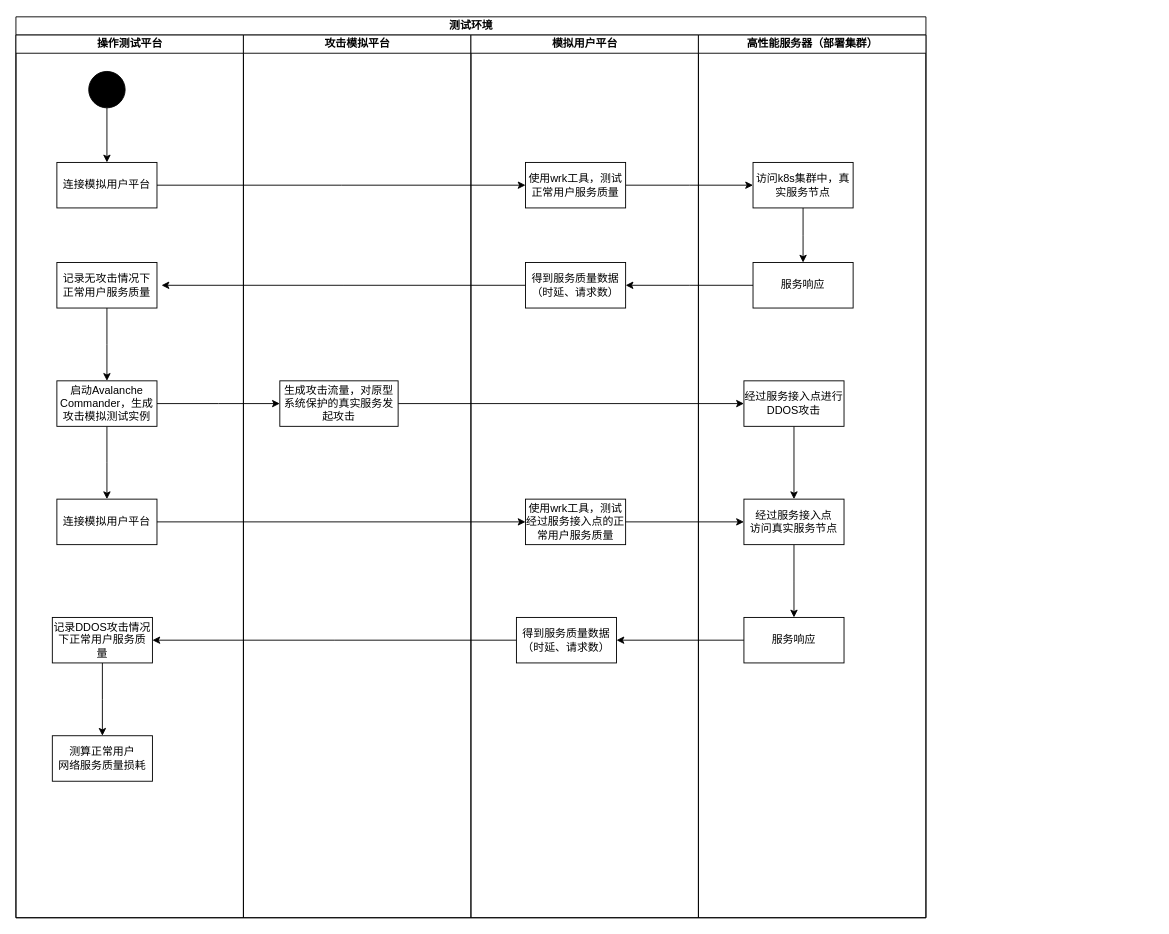
Earlier version of the draw.io diagram datames.drawio (Norton-Lin/Picture). Source tidied: cells renumbered, new cells numbered last; positions are measured from the earlier drawing's top-left corner, leaving out a move shared by most shapes. Both pictures are drawn from the tidied source at 91%, with x=0, y=0 at pixel (15, 16).
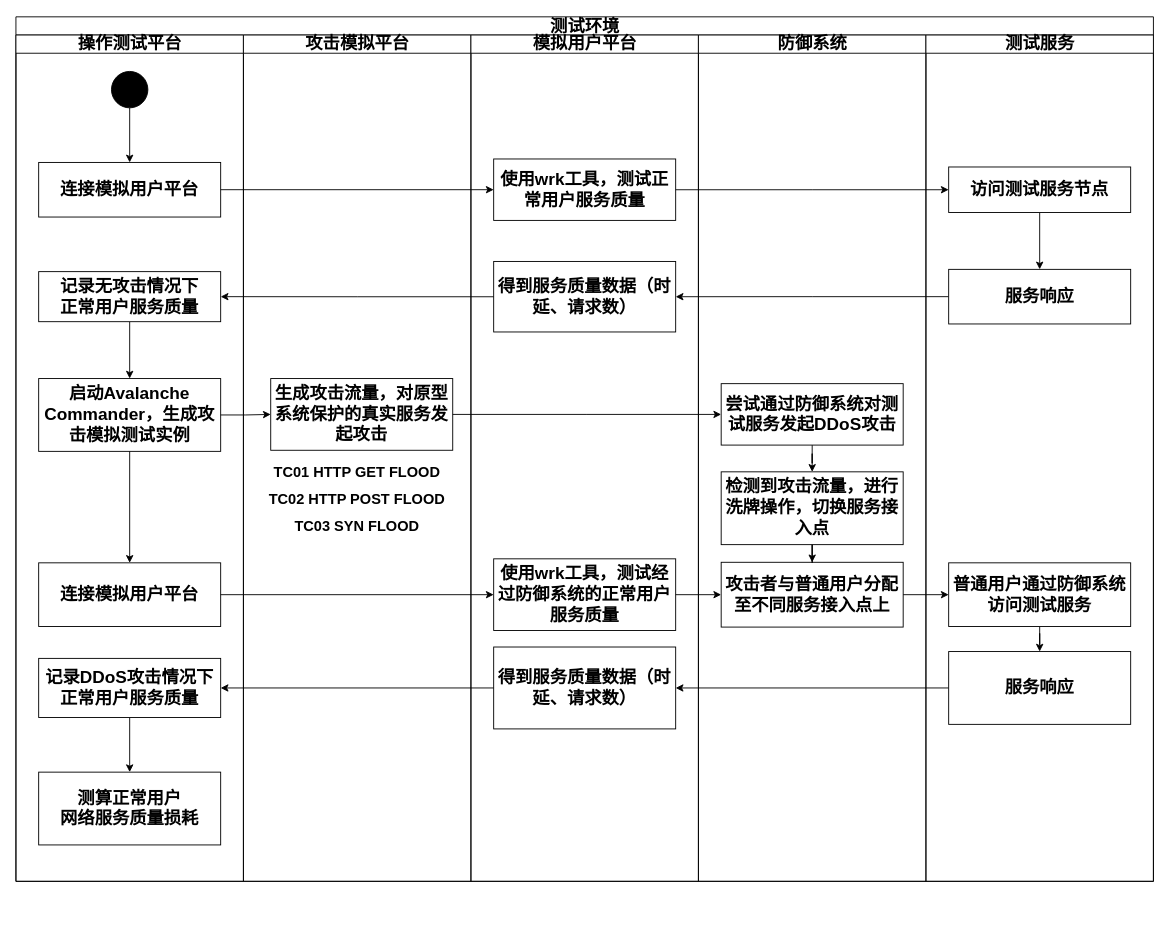
After the change.

Change to the diagram source:
```diff
@@
-    <mxCell id="2" value="测试环境" style="swimlane;html=1;startSize=20;rounded=0;shadow=0;comic=0;labelBackgroundColor=none;strokeWidth=1;fontFamily=Verdana;fontSize=12;align=center;" parent="1" vertex="1">
-      <mxGeometry width="1000" height="990" as="geometry" />
+    <mxCell id="2" value="&lt;font style=&quot;font-size: 19px;&quot;&gt;测试环境&lt;/font&gt;" style="swimlane;html=1;startSize=20;rounded=0;shadow=0;comic=0;labelBackgroundColor=none;strokeWidth=1;fontFamily=Verdana;fontSize=19;align=center;fontStyle=1;" parent="1" vertex="1">
+      <mxGeometry width="1250" height="950" as="geometry" />
     </mxCell>
-    <mxCell id="3" value="操作测试平台" style="swimlane;html=1;startSize=20;" parent="2" vertex="1">
-      <mxGeometry y="20" width="250" height="970" as="geometry" />
+    <mxCell id="3" value="&lt;font style=&quot;font-size: 19px;&quot;&gt;操作测试平台&lt;/font&gt;" style="swimlane;html=1;startSize=20;fontSize=14;fontStyle=1;" parent="2" vertex="1">
+      <mxGeometry y="20" width="250" height="930" as="geometry" />
     </mxCell>
-    <mxCell id="4" style="edgeStyle=orthogonalEdgeStyle;rounded=0;jettySize=auto;html=1;entryX=0.5;entryY=0;entryDx=0;entryDy=0;" parent="3" edge="1" source="5" target="7">
+    <mxCell id="4" style="edgeStyle=orthogonalEdgeStyle;rounded=0;jettySize=auto;html=1;entryX=0.5;entryY=0;entryDx=0;entryDy=0;fontSize=14;fontStyle=1;" parent="3" edge="1" source="5" target="7">
       <mxGeometry relative="1" as="geometry" />
     </mxCell>
-    <mxCell id="5" style="ellipse;whiteSpace=wrap;html=1;rounded=0;shadow=0;comic=0;labelBackgroundColor=none;strokeWidth=1;fillColor=#000000;fontFamily=Verdana;fontSize=12;align=center;" parent="3" vertex="1">
-      <mxGeometry x="80" y="40" width="40" height="40" as="geometry" />
+    <mxCell id="5" style="ellipse;whiteSpace=wrap;html=1;rounded=0;shadow=0;comic=0;labelBackgroundColor=none;strokeWidth=1;fillColor=#000000;fontFamily=Verdana;fontSize=14;align=center;fontStyle=1;" parent="3" vertex="1">
+      <mxGeometry x="105" y="40" width="40" height="40" as="geometry" />
     </mxCell>
-    <mxCell id="6" style="edgeStyle=orthogonalEdgeStyle;rounded=0;jettySize=auto;html=1;" parent="3" edge="1" source="7">
-      <mxGeometry relative="1" as="geometry">
-        <mxPoint x="560" y="165" as="targetPoint" />
-      </mxGeometry>
-    </mxCell>
-    <mxCell id="7" value="连接模拟用户平台" style="html=1;whiteSpace=wrap;" parent="3" vertex="1">
-      <mxGeometry x="45" y="140" width="110" height="50" as="geometry" />
+    <mxCell id="7" value="连接模拟用户平台" style="html=1;whiteSpace=wrap;fontSize=19;fontStyle=1;" parent="3" vertex="1">
+      <mxGeometry x="25" y="140" width="200" height="60" as="geometry" />
     </mxCell>
-    <mxCell id="8" style="edgeStyle=orthogonalEdgeStyle;rounded=0;jettySize=auto;html=1;" parent="3" edge="1" source="9">
-      <mxGeometry relative="1" as="geometry">
-        <mxPoint x="100" y="380" as="targetPoint" />
-      </mxGeometry>
-    </mxCell>
+    <mxCell id="41" style="edgeStyle=orthogonalEdgeStyle;rounded=0;jettySize=auto;html=1;entryX=0.5;entryY=0;entryDx=0;entryDy=0;fontSize=19;" parent="3" edge="1" source="9" target="12">
+      <mxGeometry relative="1" as="geometry" />
+    </mxCell>
-    <mxCell id="9" value="记录无攻击情况下&lt;div&gt;正常用户服务质量&lt;/div&gt;" style="html=1;whiteSpace=wrap;" parent="3" vertex="1">
-      <mxGeometry x="45" y="250" width="110" height="50" as="geometry" />
+    <mxCell id="9" value="记录无攻击情况下&lt;div style=&quot;font-size: 19px;&quot;&gt;正常用户服务质量&lt;/div&gt;" style="html=1;whiteSpace=wrap;fontSize=19;fontStyle=1;" parent="3" vertex="1">
+      <mxGeometry x="25" y="260" width="200" height="55" as="geometry" />
     </mxCell>
-    <mxCell id="10" style="edgeStyle=orthogonalEdgeStyle;rounded=0;jettySize=auto;html=1;" parent="3" edge="1" source="12">
-      <mxGeometry relative="1" as="geometry">
-        <mxPoint x="100" y="510" as="targetPoint" />
-      </mxGeometry>
-    </mxCell>
-    <mxCell id="11" style="edgeStyle=orthogonalEdgeStyle;rounded=0;jettySize=auto;html=1;" parent="3" edge="1" source="12">
-      <mxGeometry relative="1" as="geometry">
-        <mxPoint x="290" y="405" as="targetPoint" />
-      </mxGeometry>
-    </mxCell>
-    <mxCell id="12" value="&lt;font face=&quot;Helvetica&quot; style=&quot;font-size: 12px;&quot;&gt;启动&lt;span style=&quot;background-color: initial;&quot;&gt;Avalanche Commander，生成攻击模拟测试实例&lt;/span&gt;&lt;/font&gt;" style="html=1;whiteSpace=wrap;" parent="3" vertex="1">
-      <mxGeometry x="45" y="380" width="110" height="50" as="geometry" />
+    <mxCell id="12" value="&lt;font face=&quot;Helvetica&quot; style=&quot;font-size: 19px;&quot;&gt;启动&lt;span style=&quot;background-color: initial; font-size: 19px;&quot;&gt;Avalanche Commander，生成攻击模拟测试实例&lt;/span&gt;&lt;/font&gt;" style="html=1;whiteSpace=wrap;fontSize=19;fontStyle=1;" parent="3" vertex="1">
+      <mxGeometry x="25" y="377.5" width="200" height="80" as="geometry" />
     </mxCell>
+    <mxCell id="16" value="测算正常用户&lt;div style=&quot;font-size: 19px;&quot;&gt;网络服务质量损耗&lt;/div&gt;" style="html=1;whiteSpace=wrap;fontSize=19;fontStyle=1;" parent="3" vertex="1">
+      <mxGeometry x="25" y="810" width="200" height="80" as="geometry" />
+    </mxCell>
+    <mxCell id="42" style="edgeStyle=orthogonalEdgeStyle;rounded=0;jettySize=auto;html=1;entryX=0.5;entryY=0;entryDx=0;entryDy=0;fontSize=19;fontStyle=1;" parent="3" edge="1" source="15" target="16">
+      <mxGeometry relative="1" as="geometry" />
+    </mxCell>
+    <mxCell id="15" value="记录DDoS攻击情况下正常&lt;span style=&quot;background-color: initial; font-size: 19px;&quot;&gt;用户服务质量&lt;/span&gt;" style="html=1;whiteSpace=wrap;fontSize=19;fontStyle=1;" parent="3" vertex="1">
+      <mxGeometry x="25" y="685" width="200" height="65" as="geometry" />
+    </mxCell>
-    <mxCell id="13" value="连接模拟用户平台" style="html=1;whiteSpace=wrap;" parent="3" vertex="1">
-      <mxGeometry x="45" y="510" width="110" height="50" as="geometry" />
+    <mxCell id="13" value="连接模拟用户平台" style="html=1;whiteSpace=wrap;fontSize=19;fontStyle=1;" parent="3" vertex="1">
+      <mxGeometry x="25" y="580" width="200" height="70" as="geometry" />
     </mxCell>
-    <mxCell id="14" style="edgeStyle=orthogonalEdgeStyle;rounded=0;jettySize=auto;html=1;" parent="3" edge="1" source="15">
-      <mxGeometry relative="1" as="geometry">
-        <mxPoint x="95" y="770" as="targetPoint" />
-      </mxGeometry>
-    </mxCell>
-    <mxCell id="15" value="记录DDOS攻击情况下正常&lt;span style=&quot;background-color: initial;&quot;&gt;用户服务质量&lt;/span&gt;" style="html=1;whiteSpace=wrap;" parent="3" vertex="1">
-      <mxGeometry x="40" y="640" width="110" height="50" as="geometry" />
-    </mxCell>
-    <mxCell id="16" value="测算正常用户&lt;div&gt;网络服务质量损耗&lt;/div&gt;" style="html=1;whiteSpace=wrap;" parent="3" vertex="1">
-      <mxGeometry x="40" y="770" width="110" height="50" as="geometry" />
-    </mxCell>
+    <mxCell id="43" style="edgeStyle=orthogonalEdgeStyle;rounded=0;jettySize=auto;html=1;entryX=0.5;entryY=0;entryDx=0;entryDy=0;fontSize=19;fontStyle=1;" parent="3" edge="1" source="12" target="13">
+      <mxGeometry relative="1" as="geometry" />
+    </mxCell>
-    <mxCell id="17" value="攻击模拟平台" style="swimlane;html=1;startSize=20;" parent="2" vertex="1">
-      <mxGeometry x="250" y="20" width="250" height="970" as="geometry" />
+    <mxCell id="17" value="&lt;font style=&quot;font-size: 19px;&quot;&gt;攻击模拟平台&lt;/font&gt;" style="swimlane;html=1;startSize=20;fontSize=14;fontStyle=1;" parent="2" vertex="1">
+      <mxGeometry x="250" y="20" width="250" height="930" as="geometry" />
     </mxCell>
-    <mxCell id="18" style="edgeStyle=orthogonalEdgeStyle;rounded=0;jettySize=auto;html=1;" parent="17" edge="1" source="19">
-      <mxGeometry relative="1" as="geometry">
-        <mxPoint x="550" y="405" as="targetPoint" />
-      </mxGeometry>
-    </mxCell>
-    <mxCell id="19" value="生成攻击流量，对原型系统保护的真实服务发起攻击" style="html=1;whiteSpace=wrap;" parent="17" vertex="1">
-      <mxGeometry x="40" y="380" width="130" height="50" as="geometry" />
+    <mxCell id="19" value="生成攻击流量，对原型系统保护的真实服务发起攻击" style="html=1;whiteSpace=wrap;fontSize=19;fontStyle=1;" parent="17" vertex="1">
+      <mxGeometry x="30" y="377.5" width="200" height="78.8" as="geometry" />
     </mxCell>
+    <mxCell id="44" value="&lt;b style=&quot;font-size: 16px;&quot;&gt;TC01 HTTP GET FLOOD&lt;/b&gt;" style="text;html=1;align=center;verticalAlign=middle;whiteSpace=wrap;rounded=0;fontSize=16;" parent="17" vertex="1">
+      <mxGeometry x="30" y="470" width="190" height="20" as="geometry" />
+    </mxCell>
+    <mxCell id="45" value="&lt;b style=&quot;font-size: 16px;&quot;&gt;TC03 SYN FLOOD&lt;/b&gt;" style="text;html=1;align=center;verticalAlign=middle;whiteSpace=wrap;rounded=0;fontSize=16;" parent="17" vertex="1">
+      <mxGeometry x="30" y="530" width="190" height="20" as="geometry" />
+    </mxCell>
+    <mxCell id="46" value="&lt;b style=&quot;font-size: 16px;&quot;&gt;TC02 HTTP POST FLOOD&lt;/b&gt;" style="text;html=1;align=center;verticalAlign=middle;whiteSpace=wrap;rounded=0;fontSize=16;" parent="17" vertex="1">
+      <mxGeometry x="15" y="500" width="220" height="20" as="geometry" />
+    </mxCell>
-    <mxCell id="20" value="模拟用户平台" style="swimlane;html=1;startSize=20;" parent="2" vertex="1">
-      <mxGeometry x="500" y="20" width="250" height="970" as="geometry" />
+    <mxCell id="20" value="&lt;font style=&quot;font-size: 19px;&quot;&gt;模拟用户平台&lt;/font&gt;" style="swimlane;html=1;startSize=20;fontSize=14;fontStyle=1;" parent="2" vertex="1">
+      <mxGeometry x="500" y="20" width="250" height="930" as="geometry" />
     </mxCell>
+    <mxCell id="22" value="使用wrk工具，测试正常用户服务质量" style="html=1;whiteSpace=wrap;fontSize=19;fontStyle=1;" parent="20" vertex="1">
+      <mxGeometry x="25" y="136.2" width="200" height="67.5" as="geometry" />
+    </mxCell>
+    <mxCell id="24" value="得到服务质量数据（时延、请求数）" style="html=1;whiteSpace=wrap;fontSize=19;fontStyle=1;" parent="20" vertex="1">
+      <mxGeometry x="25" y="248.8" width="200" height="77.5" as="geometry" />
+    </mxCell>
+    <mxCell id="27" value="得到服务质量数据（时延、请求数）" style="html=1;whiteSpace=wrap;fontSize=19;fontStyle=1;" parent="20" vertex="1">
+      <mxGeometry x="25" y="672.5" width="200" height="90" as="geometry" />
+    </mxCell>
+    <mxCell id="25" value="使用wrk工具，测试经过防御系统的正常用户服务质量" style="html=1;whiteSpace=wrap;fontSize=19;fontStyle=1;" parent="20" vertex="1">
+      <mxGeometry x="25" y="575.6" width="200" height="78.8" as="geometry" />
+    </mxCell>
+    <mxCell id="29" value="&lt;span style=&quot;font-size: 19px; background-color: initial;&quot;&gt;防御系统&lt;/span&gt;" style="swimlane;html=1;startSize=20;fontSize=14;fontStyle=1;" parent="2" vertex="1">
+      <mxGeometry x="750" y="20" width="250" height="930" as="geometry" />
+    </mxCell>
+    <mxCell id="47" style="edgeStyle=orthogonalEdgeStyle;rounded=0;jettySize=auto;html=1;entryX=0.5;entryY=0;entryDx=0;entryDy=0;fontSize=19;fontStyle=1;" parent="29" edge="1" source="35" target="49">
+      <mxGeometry relative="1" as="geometry" />
+    </mxCell>
+    <mxCell id="35" value="尝试通过防御系统对测试服务发起DDoS攻击" style="html=1;whiteSpace=wrap;fontSize=19;fontStyle=1;" parent="29" vertex="1">
+      <mxGeometry x="25" y="383.1" width="200" height="67.5" as="geometry" />
+    </mxCell>
+    <mxCell id="37" value="攻击者与普通用户分配至不同服务接入点上" style="html=1;whiteSpace=wrap;fontSize=19;fontStyle=1;" parent="29" vertex="1">
+      <mxGeometry x="25" y="579.4" width="200" height="71.2" as="geometry" />
+    </mxCell>
+    <mxCell id="48" style="edgeStyle=orthogonalEdgeStyle;rounded=0;jettySize=auto;html=1;entryX=0.5;entryY=0;entryDx=0;entryDy=0;fontSize=19;fontStyle=1;" parent="29" edge="1" source="49" target="37">
+      <mxGeometry relative="1" as="geometry" />
+    </mxCell>
+    <mxCell id="49" value="检测到攻击流量，进行洗牌操作，切换服务接入点" style="rounded=0;whiteSpace=wrap;html=1;fontSize=19;fontStyle=1;" parent="29" vertex="1">
+      <mxGeometry x="25" y="480" width="200" height="80" as="geometry" />
+    </mxCell>
-    <mxCell id="21" style="edgeStyle=orthogonalEdgeStyle;rounded=0;jettySize=auto;html=1;" parent="20" edge="1" source="22">
-      <mxGeometry relative="1" as="geometry">
-        <mxPoint x="310" y="165" as="targetPoint" />
-      </mxGeometry>
+    <mxCell id="21" style="edgeStyle=orthogonalEdgeStyle;rounded=0;jettySize=auto;html=1;entryX=0;entryY=0.5;entryDx=0;entryDy=0;fontSize=19;fontStyle=1;" parent="2" edge="1" source="22" target="31">
+      <mxGeometry relative="1" as="geometry" />
     </mxCell>
-    <mxCell id="22" value="使用wrk工具，测试正常用户服务质量" style="html=1;whiteSpace=wrap;" parent="20" vertex="1">
-      <mxGeometry x="60" y="140" width="110" height="50" as="geometry" />
-    </mxCell>
-    <mxCell id="23" style="edgeStyle=orthogonalEdgeStyle;rounded=0;jettySize=auto;html=1;" parent="20" edge="1" source="24">
-      <mxGeometry relative="1" as="geometry">
-        <mxPoint x="-340" y="275" as="targetPoint" />
-      </mxGeometry>
-    </mxCell>
-    <mxCell id="24" value="得到服务质量数据（时延、请求数）" style="html=1;whiteSpace=wrap;" parent="20" vertex="1">
-      <mxGeometry x="60" y="250" width="110" height="50" as="geometry" />
-    </mxCell>
-    <mxCell id="25" value="使用wrk工具，测试经过服务接入点的正常用户服务质量" style="html=1;whiteSpace=wrap;" parent="20" vertex="1">
-      <mxGeometry x="60" y="510" width="110" height="50" as="geometry" />
-    </mxCell>
-    <mxCell id="26" style="edgeStyle=orthogonalEdgeStyle;rounded=0;jettySize=auto;html=1;" parent="20" edge="1" source="27">
-      <mxGeometry relative="1" as="geometry">
-        <mxPoint x="-350" y="665" as="targetPoint" />
-      </mxGeometry>
-    </mxCell>
-    <mxCell id="27" value="得到服务质量数据（时延、请求数）" style="html=1;whiteSpace=wrap;" parent="20" vertex="1">
-      <mxGeometry x="50" y="640" width="110" height="50" as="geometry" />
-    </mxCell>
-    <mxCell id="28" style="edgeStyle=orthogonalEdgeStyle;rounded=0;orthogonalLoop=1;jettySize=auto;html=1;" parent="20" edge="1">
-      <mxGeometry relative="1" as="geometry">
-        <mxPoint x="300" y="665" as="sourcePoint" />
-        <mxPoint x="160" y="665" as="targetPoint" />
-      </mxGeometry>
-    </mxCell>
-    <mxCell id="29" value="高性能服务器（部署集群）" style="swimlane;html=1;startSize=20;" parent="2" vertex="1">
-      <mxGeometry x="750" y="20" width="250" height="970" as="geometry" />
-    </mxCell>
-    <mxCell id="30" style="edgeStyle=orthogonalEdgeStyle;rounded=0;jettySize=auto;html=1;" parent="29" edge="1" source="31">
-      <mxGeometry relative="1" as="geometry">
-        <mxPoint x="115" y="250" as="targetPoint" />
-      </mxGeometry>
-    </mxCell>
+    <mxCell id="50" style="edgeStyle=orthogonalEdgeStyle;rounded=0;jettySize=auto;html=1;entryX=1;entryY=0.5;entryDx=0;entryDy=0;fontSize=19;fontStyle=1;" parent="2" edge="1" source="59" target="24">
+      <mxGeometry relative="1" as="geometry" />
+    </mxCell>
+    <mxCell id="51" style="edgeStyle=orthogonalEdgeStyle;rounded=0;jettySize=auto;html=1;entryX=1;entryY=0.5;entryDx=0;entryDy=0;fontSize=19;fontStyle=1;" parent="2" edge="1" source="63" target="27">
+      <mxGeometry relative="1" as="geometry" />
+    </mxCell>
+    <mxCell id="52" style="edgeStyle=orthogonalEdgeStyle;rounded=0;jettySize=auto;html=1;entryX=1;entryY=0.5;entryDx=0;entryDy=0;fontSize=19;fontStyle=1;" parent="2" edge="1" source="27" target="15">
+      <mxGeometry relative="1" as="geometry" />
+    </mxCell>
+    <mxCell id="53" style="edgeStyle=orthogonalEdgeStyle;rounded=0;jettySize=auto;html=1;entryX=1;entryY=0.5;entryDx=0;entryDy=0;fontSize=19;fontStyle=1;" parent="2" edge="1" source="24" target="9">
+      <mxGeometry relative="1" as="geometry" />
+    </mxCell>
+    <mxCell id="54" style="edgeStyle=orthogonalEdgeStyle;rounded=0;jettySize=auto;html=1;entryX=0;entryY=0.5;entryDx=0;entryDy=0;fontSize=19;fontStyle=1;" parent="2" edge="1" source="7" target="22">
+      <mxGeometry relative="1" as="geometry" />
+    </mxCell>
+    <mxCell id="55" style="edgeStyle=orthogonalEdgeStyle;rounded=0;jettySize=auto;html=1;fontSize=19;" parent="2" edge="1" source="19" target="35">
+      <mxGeometry relative="1" as="geometry" />
+    </mxCell>
+    <mxCell id="56" style="edgeStyle=orthogonalEdgeStyle;rounded=0;jettySize=auto;html=1;entryX=0;entryY=0.5;entryDx=0;entryDy=0;fontSize=19;" parent="2" edge="1" source="12" target="19">
+      <mxGeometry relative="1" as="geometry" />
+    </mxCell>
+    <mxCell id="57" style="edgeStyle=orthogonalEdgeStyle;rounded=0;jettySize=auto;html=1;entryX=0;entryY=0.5;entryDx=0;entryDy=0;fontSize=19;" parent="2" edge="1" source="37" target="61">
+      <mxGeometry relative="1" as="geometry" />
+    </mxCell>
+    <mxCell id="40" style="edgeStyle=orthogonalEdgeStyle;rounded=0;jettySize=auto;html=1;fontSize=19;" parent="2" edge="1" source="25" target="37">
+      <mxGeometry relative="1" as="geometry" />
+    </mxCell>
+    <mxCell id="39" style="edgeStyle=orthogonalEdgeStyle;rounded=0;jettySize=auto;html=1;entryX=0;entryY=0.5;entryDx=0;entryDy=0;fontSize=19;fontStyle=1;" parent="2" edge="1" source="13" target="25">
+      <mxGeometry relative="1" as="geometry" />
+    </mxCell>
+    <mxCell id="58" value="&lt;span style=&quot;background-color: initial;&quot;&gt;&lt;font style=&quot;font-size: 19px;&quot;&gt;测试服务&lt;/font&gt;&lt;/span&gt;" style="swimlane;html=1;startSize=20;fontSize=14;fontStyle=1;" parent="2" vertex="1">
+      <mxGeometry x="1000" y="20" width="250" height="930" as="geometry" />
+    </mxCell>
+    <mxCell id="59" value="服务响应" style="html=1;whiteSpace=wrap;fontSize=19;fontStyle=1;" parent="58" vertex="1">
+      <mxGeometry x="25" y="257.5" width="200" height="60" as="geometry" />
+    </mxCell>
+    <mxCell id="60" style="edgeStyle=orthogonalEdgeStyle;rounded=0;jettySize=auto;html=1;entryX=0.5;entryY=0;entryDx=0;entryDy=0;fontSize=19;fontStyle=1;" parent="58" edge="1" source="61" target="63">
+      <mxGeometry relative="1" as="geometry" />
+    </mxCell>
+    <mxCell id="61" value="普通用户通过防御系统访问测试服务" style="html=1;whiteSpace=wrap;fontSize=19;fontStyle=1;" parent="58" vertex="1">
+      <mxGeometry x="25" y="580" width="200" height="70" as="geometry" />
+    </mxCell>
+    <mxCell id="62" style="edgeStyle=orthogonalEdgeStyle;rounded=0;jettySize=auto;html=1;fontSize=19;fontStyle=1;" parent="58" edge="1" source="31" target="59">
+      <mxGeometry relative="1" as="geometry" />
+    </mxCell>
-    <mxCell id="31" value="访问k8s集群中，真实服务节点" style="html=1;whiteSpace=wrap;" parent="29" vertex="1">
-      <mxGeometry x="60" y="140" width="110" height="50" as="geometry" />
+    <mxCell id="31" value="访问测试服务节点" style="html=1;whiteSpace=wrap;fontSize=19;fontStyle=1;" parent="58" vertex="1">
+      <mxGeometry x="25" y="145" width="200" height="50" as="geometry" />
     </mxCell>
-    <mxCell id="32" style="edgeStyle=orthogonalEdgeStyle;rounded=0;jettySize=auto;html=1;" parent="29" edge="1" source="33">
-      <mxGeometry relative="1" as="geometry">
-        <mxPoint x="-80" y="275" as="targetPoint" />
-      </mxGeometry>
-    </mxCell>
-    <mxCell id="33" value="服务响应" style="html=1;whiteSpace=wrap;" parent="29" vertex="1">
-      <mxGeometry x="60" y="250" width="110" height="50" as="geometry" />
-    </mxCell>
-    <mxCell id="34" style="edgeStyle=orthogonalEdgeStyle;rounded=0;jettySize=auto;html=1;entryX=0.5;entryY=0;entryDx=0;entryDy=0;" parent="29" edge="1" source="35" target="37">
-      <mxGeometry relative="1" as="geometry" />
-    </mxCell>
-    <mxCell id="35" value="经过服务接入点进行DDOS攻击" style="html=1;whiteSpace=wrap;" parent="29" vertex="1">
-      <mxGeometry x="50" y="380" width="110" height="50" as="geometry" />
-    </mxCell>
-    <mxCell id="36" style="edgeStyle=orthogonalEdgeStyle;rounded=0;jettySize=auto;html=1;" parent="29" edge="1" source="37">
-      <mxGeometry relative="1" as="geometry">
-        <mxPoint x="105" y="640" as="targetPoint" />
-      </mxGeometry>
-    </mxCell>
-    <mxCell id="37" value="经过服务接入点&lt;div&gt;访问真实服务节点&lt;/div&gt;" style="html=1;whiteSpace=wrap;" parent="29" vertex="1">
-      <mxGeometry x="50" y="510" width="110" height="50" as="geometry" />
-    </mxCell>
-    <mxCell id="38" value="服务响应" style="html=1;whiteSpace=wrap;" parent="29" vertex="1">
-      <mxGeometry x="50" y="640" width="110" height="50" as="geometry" />
-    </mxCell>
-    <mxCell id="39" style="edgeStyle=orthogonalEdgeStyle;rounded=0;jettySize=auto;html=1;entryX=0;entryY=0.5;entryDx=0;entryDy=0;" parent="2" edge="1" source="13" target="25">
-      <mxGeometry relative="1" as="geometry" />
-    </mxCell>
-    <mxCell id="40" style="edgeStyle=orthogonalEdgeStyle;rounded=0;jettySize=auto;html=1;entryX=0;entryY=0.5;entryDx=0;entryDy=0;" parent="2" edge="1" source="25" target="37">
-      <mxGeometry relative="1" as="geometry" />
-    </mxCell>
+    <mxCell id="63" value="服务响应" style="html=1;whiteSpace=wrap;fontSize=19;fontStyle=1;" parent="58" vertex="1">
+      <mxGeometry x="25" y="677.5" width="200" height="80" as="geometry" />
+    </mxCell>
```
